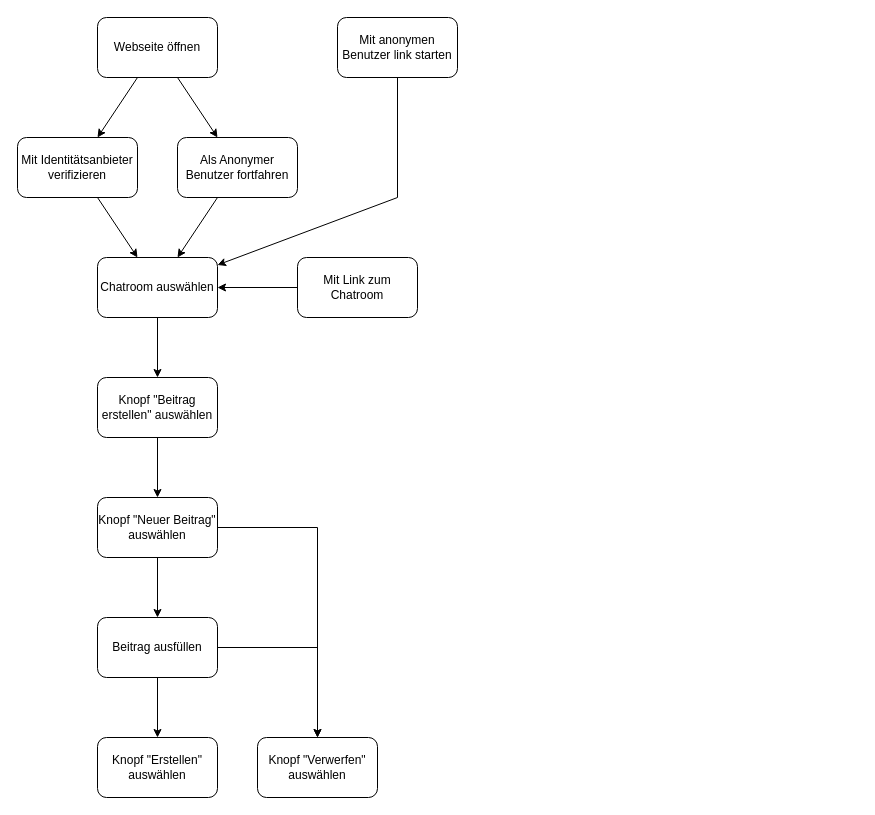
This is UseCaseBeitrag.drawio from AnoAsked/Documentation, a draw.io file, before an edit. Source tidied: cells renumbered, new cells numbered last; positions are measured from the earlier drawing's top-left corner, leaving out a move shared by most shapes. Both pictures are drawn from the tidied source at 100%, with x=0, y=0 at pixel (17, 17).
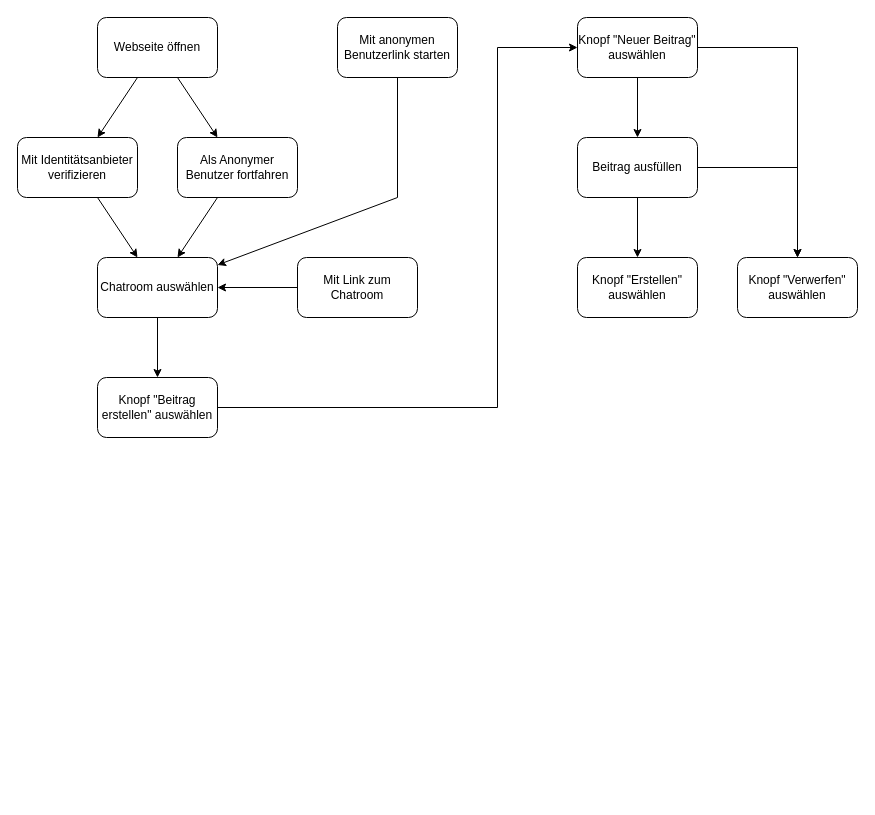
The same diagram, later.

Unchanged cells that the change refers to:
```xml
<mxCell id="7" value="Knopf &quot;Beitrag erstellen&quot; auswählen" style="rounded=1;whiteSpace=wrap;html=1;" parent="1" vertex="1">
  <mxGeometry x="80" y="360" width="120" height="60" as="geometry" />
</mxCell>
```

What changed in the source:
```diff
@@
-    <mxCell id="3" value="Mit anonymen Benutzer link starten" style="rounded=1;whiteSpace=wrap;html=1;" parent="1" vertex="1">
+    <mxCell id="3" value="Mit anonymen Benutzerlink starten" style="rounded=1;whiteSpace=wrap;html=1;" parent="1" vertex="1">
       <mxGeometry x="320" width="120" height="60" as="geometry" />
     </mxCell>
@@
     <mxCell id="8" value="Knopf &quot;Neuer Beitrag&quot; auswählen" style="rounded=1;whiteSpace=wrap;html=1;" parent="1" vertex="1">
-      <mxGeometry x="80" y="480" width="120" height="60" as="geometry" />
+      <mxGeometry x="560" width="120" height="60" as="geometry" />
     </mxCell>
@@
     <mxCell id="10" value="Beitrag ausfüllen" style="rounded=1;whiteSpace=wrap;html=1;" parent="1" vertex="1">
-      <mxGeometry x="80" y="600" width="120" height="60" as="geometry" />
+      <mxGeometry x="560" y="120" width="120" height="60" as="geometry" />
     </mxCell>
     <mxCell id="11" value="Knopf &quot;Erstellen&quot; auswählen" style="rounded=1;whiteSpace=wrap;html=1;" parent="1" vertex="1">
-      <mxGeometry x="80" y="720" width="120" height="60" as="geometry" />
+      <mxGeometry x="560" y="240" width="120" height="60" as="geometry" />
     </mxCell>
     <mxCell id="12" value="Knopf &quot;Verwerfen&quot; auswählen" style="rounded=1;whiteSpace=wrap;html=1;" parent="1" vertex="1">
-      <mxGeometry x="240" y="720" width="120" height="60" as="geometry" />
+      <mxGeometry x="720" y="240" width="120" height="60" as="geometry" />
     </mxCell>
@@
     <mxCell id="20" style="endArrow=classic;html=1;rounded=0;" parent="1" edge="1" source="7" target="8">
-      <mxGeometry relative="1" as="geometry" />
+      <mxGeometry relative="1" as="geometry">
+        <Array as="points">
+          <mxPoint x="480" y="390" />
+          <mxPoint x="480" y="30" />
+        </Array>
+      </mxGeometry>
     </mxCell>
@@
     <mxCell id="23" style="endArrow=classic;html=1;rounded=0;" parent="1" edge="1" source="10" target="12">
       <mxGeometry relative="1" as="geometry">
         <Array as="points">
-          <mxPoint x="300" y="630" />
+          <mxPoint x="780" y="150" />
         </Array>
       </mxGeometry>
     </mxCell>
     <mxCell id="24" style="endArrow=classic;html=1;rounded=0;" parent="1" edge="1" source="8" target="12">
       <mxGeometry relative="1" as="geometry">
         <Array as="points">
-          <mxPoint x="300" y="510" />
+          <mxPoint x="780" y="30" />
         </Array>
       </mxGeometry>
     </mxCell>
```
